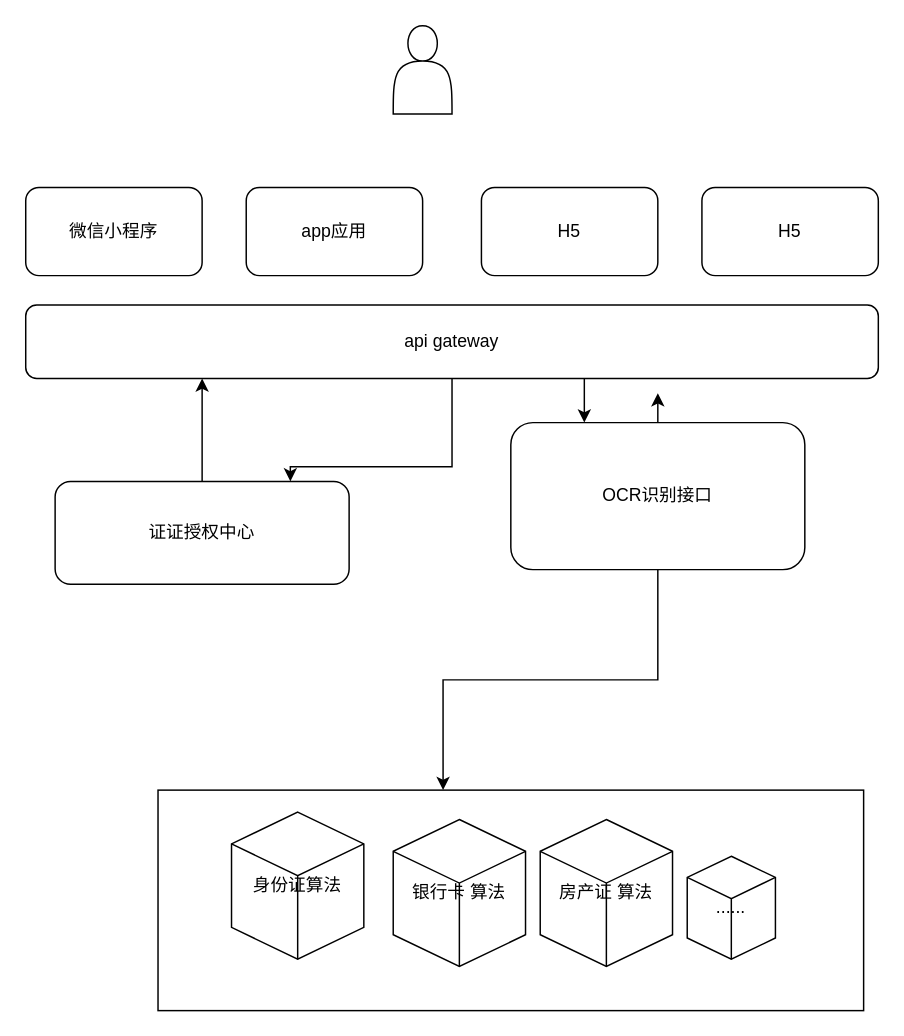
luyuandeng/test keeps this draw.io diagram as 未命名绘图.drawio. Above is the earlier version. Source tidied: cells renumbered, new cells numbered last; positions are measured from the earlier drawing's top-left corner, leaving out a move shared by most shapes. Both pictures are drawn from the tidied source at 147%, with x=0, y=0 at pixel (25, 25).
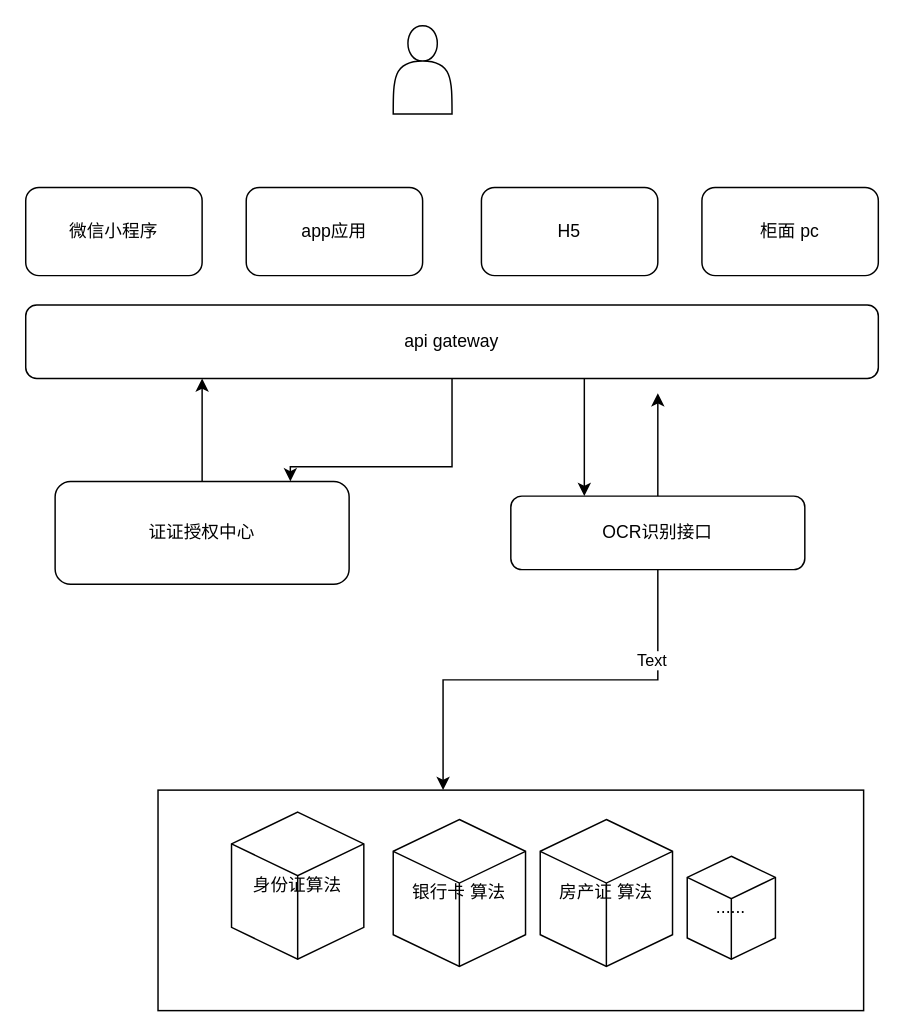
The same diagram, later.

The change refers to these unchanged cells:
```xml
<mxCell id="8" style="edgeStyle=orthogonalEdgeStyle;rounded=0;jettySize=auto;html=1;exitX=0.5;exitY=1;exitDx=0;exitDy=0;entryX=0.404;entryY=0;entryDx=0;entryDy=0;entryPerimeter=0;" parent="1" edge="1" source="10" target="3">
  <mxGeometry relative="1" as="geometry" />
</mxCell>
```

Change to the diagram source:
```diff
@@
+    <mxCell id="21" value="Text" style="edgeLabel;html=1;align=center;verticalAlign=middle;" parent="8" vertex="1">
+      <mxGeometry x="-0.59" y="-5" relative="1" as="geometry" />
+    </mxCell>
@@
     <mxCell id="10" value="OCR识别接口" style="rounded=1;whiteSpace=wrap;html=1;" parent="1" vertex="1">
-      <mxGeometry x="330" y="270" width="200" height="100" as="geometry" />
+      <mxGeometry x="330" y="320" width="200" height="50" as="geometry" />
     </mxCell>
@@
-    <mxCell id="15" value="H5" style="rounded=1;whiteSpace=wrap;html=1;" parent="1" vertex="1">
+    <mxCell id="15" value="柜面 pc" style="rounded=1;whiteSpace=wrap;html=1;" parent="1" vertex="1">
       <mxGeometry x="460" y="110" width="120" height="60" as="geometry" />
     </mxCell>
```
